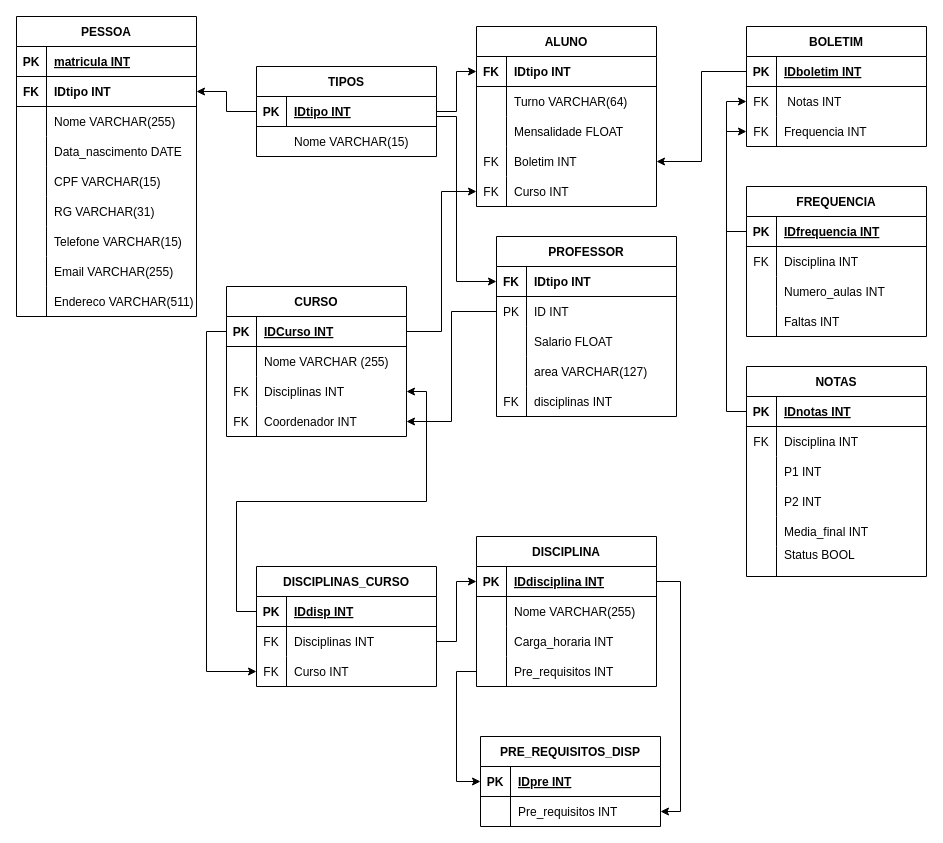
Earlier version of the draw.io diagram diagramas/modelofisico-atividadepresencial.drawio (ana-clara-candida/mdc053). Source tidied: cells renumbered, new cells numbered last; positions are measured from the earlier drawing's top-left corner, leaving out a move shared by most shapes. Both pictures are drawn from the tidied source at 100%, with x=0, y=0 at pixel (16, 16).
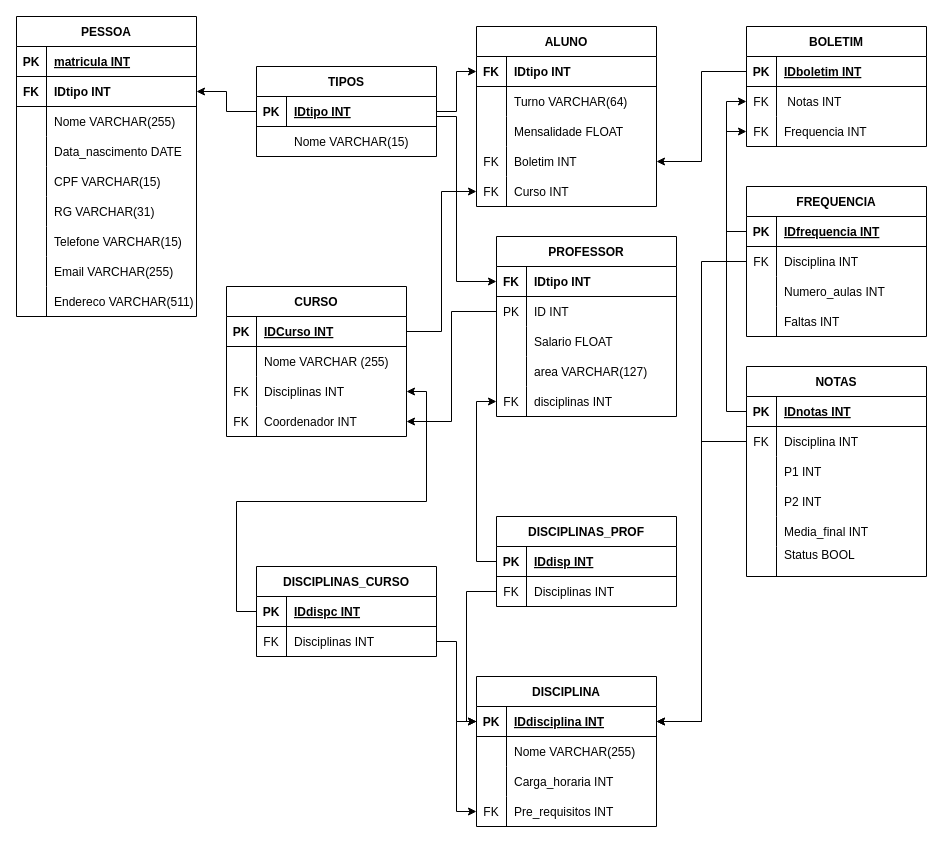
The same page after the edit.

Unchanged cells that the change refers to:
```xml
<mxCell id="59" style="shape=tableRow;horizontal=0;startSize=0;swimlaneHead=0;swimlaneBody=0;fillColor=none;points=[[0,0.5],[1,0.5]];portConstraint=eastwest;top=0;left=0;right=0;bottom=0;" parent="46" vertex="1">
  <mxGeometry y="150" width="180" height="30" as="geometry" />
</mxCell>
<mxCell id="77" style="shape=tableRow;horizontal=0;startSize=0;swimlaneHead=0;swimlaneBody=0;fillColor=none;points=[[0,0.5],[1,0.5]];portConstraint=eastwest;top=0;left=0;right=0;bottom=0;" parent="73" vertex="1">
  <mxGeometry y="60" width="180" height="30" as="geometry" />
</mxCell>
<mxCell id="91" style="shape=tableRow;horizontal=0;startSize=0;swimlaneHead=0;swimlaneBody=0;fillColor=none;points=[[0,0.5],[1,0.5]];portConstraint=eastwest;top=0;left=0;right=0;bottom=0;" parent="87" vertex="1">
  <mxGeometry y="60" width="180" height="30" as="geometry" />
</mxCell>
<mxCell id="108" style="shape=tableRow;horizontal=0;startSize=0;swimlaneHead=0;swimlaneBody=0;fillColor=none;points=[[0,0.5],[1,0.5]];portConstraint=eastwest;top=0;left=0;right=0;bottom=1;" parent="107" vertex="1">
  <mxGeometry y="30" width="180" height="30" as="geometry" />
</mxCell>
<mxCell id="122" style="shape=tableRow;horizontal=0;startSize=0;swimlaneHead=0;swimlaneBody=0;fillColor=none;points=[[0,0.5],[1,0.5]];portConstraint=eastwest;top=0;left=0;right=0;bottom=1;" parent="121" vertex="1">
  <mxGeometry y="30" width="180" height="30" as="geometry" />
</mxCell>
<mxCell id="134" style="shape=tableRow;horizontal=0;startSize=0;swimlaneHead=0;swimlaneBody=0;fillColor=none;points=[[0,0.5],[1,0.5]];portConstraint=eastwest;top=0;left=0;right=0;bottom=1;" parent="133" vertex="1">
  <mxGeometry y="30" width="180" height="30" as="geometry" />
</mxCell>
<mxCell id="143" style="shape=tableRow;horizontal=0;startSize=0;swimlaneHead=0;swimlaneBody=0;fillColor=none;points=[[0,0.5],[1,0.5]];portConstraint=eastwest;top=0;left=0;right=0;bottom=0;" parent="133" vertex="1">
  <mxGeometry y="120" width="180" height="30" as="geometry" />
</mxCell>
```

Change to the diagram source:
```diff
@@
     <mxCell id="121" value="DISCIPLINAS_CURSO" style="shape=table;startSize=30;childLayout=tableLayout;rowLines=0;fontStyle=1;align=center;" parent="1" vertex="1">
-      <mxGeometry x="240" y="550" width="180" height="120" as="geometry" />
+      <mxGeometry x="240" y="550" width="180" height="90" as="geometry" />
     </mxCell>
@@
-    <mxCell id="124" value="IDdisp INT" style="shape=partialRectangle;fillColor=none;top=0;left=0;bottom=0;right=0;align=left;spacingLeft=6;fontStyle=5;overflow=hidden;" parent="122" vertex="1">
+    <mxCell id="124" value="IDdispc INT" style="shape=partialRectangle;fillColor=none;top=0;left=0;bottom=0;right=0;align=left;spacingLeft=6;fontStyle=5;overflow=hidden;" parent="122" vertex="1">
       <mxGeometry x="30" width="150" height="30" as="geometry" />
     </mxCell>
@@
-    <mxCell id="128" style="shape=tableRow;horizontal=0;startSize=0;swimlaneHead=0;swimlaneBody=0;fillColor=none;points=[[0,0.5],[1,0.5]];portConstraint=eastwest;top=0;left=0;right=0;bottom=0;" parent="121" vertex="1">
-      <mxGeometry y="90" width="180" height="30" as="geometry" />
-    </mxCell>
-    <mxCell id="129" value="FK" style="shape=partialRectangle;fillColor=none;top=0;left=0;bottom=0;right=0;overflow=hidden;" parent="128" vertex="1">
-      <mxGeometry width="30" height="30" as="geometry" />
-    </mxCell>
-    <mxCell id="130" value="Curso INT" style="shape=partialRectangle;fillColor=none;top=0;left=0;bottom=0;right=0;align=left;spacingLeft=6;overflow=hidden;" parent="128" vertex="1">
-      <mxGeometry x="30" width="150" height="30" as="geometry" />
-    </mxCell>
-    <mxCell id="131" style="edgeStyle=orthogonalEdgeStyle;rounded=0;jettySize=auto;html=1;entryX=0;entryY=0.5;entryDx=0;entryDy=0;startArrow=classic;startFill=1;endArrow=none;endFill=0;exitX=0;exitY=0.5;exitDx=0;exitDy=0;" parent="1" edge="1" source="128" target="108">
-      <mxGeometry relative="1" as="geometry" />
-    </mxCell>
@@
     <mxCell id="133" value="DISCIPLINA" style="shape=table;startSize=30;childLayout=tableLayout;rowLines=0;fontStyle=1;align=center;" parent="1" vertex="1">
-      <mxGeometry x="460" y="520" width="180" height="150" as="geometry" />
+      <mxGeometry x="460" y="660" width="180" height="150" as="geometry" />
     </mxCell>
@@
+    <mxCell id="165" style="edgeStyle=orthogonalEdgeStyle;rounded=0;jettySize=auto;html=1;entryX=0;entryY=0.5;entryDx=0;entryDy=0;startArrow=classic;startFill=1;endArrow=none;endFill=0;" parent="133" edge="1" source="143" target="134">
+      <mxGeometry relative="1" as="geometry" />
+    </mxCell>
@@
-    <mxCell id="144" style="shape=partialRectangle;fillColor=none;top=0;left=0;bottom=0;right=0;overflow=hidden;" parent="143" vertex="1">
+    <mxCell id="144" value="FK" style="shape=partialRectangle;fillColor=none;top=0;left=0;bottom=0;right=0;overflow=hidden;" parent="143" vertex="1">
       <mxGeometry width="30" height="30" as="geometry" />
     </mxCell>
@@
-    <mxCell id="148" value="PRE_REQUISITOS_DISP" style="shape=table;startSize=30;childLayout=tableLayout;rowLines=0;fontStyle=1;align=center;" parent="1" vertex="1">
-      <mxGeometry x="464" y="720" width="180" height="90" as="geometry" />
-    </mxCell>
-    <mxCell id="149" style="shape=tableRow;horizontal=0;startSize=0;swimlaneHead=0;swimlaneBody=0;fillColor=none;points=[[0,0.5],[1,0.5]];portConstraint=eastwest;top=0;left=0;right=0;bottom=1;" parent="148" vertex="1">
-      <mxGeometry y="30" width="180" height="30" as="geometry" />
-    </mxCell>
-    <mxCell id="150" value="PK" style="shape=partialRectangle;fillColor=none;top=0;left=0;bottom=0;right=0;fontStyle=1;overflow=hidden;" parent="149" vertex="1">
-      <mxGeometry width="30" height="30" as="geometry" />
-    </mxCell>
-    <mxCell id="151" value="IDpre INT" style="shape=partialRectangle;fillColor=none;top=0;left=0;bottom=0;right=0;align=left;spacingLeft=6;fontStyle=5;overflow=hidden;" parent="149" vertex="1">
-      <mxGeometry x="30" width="150" height="30" as="geometry" />
-    </mxCell>
-    <mxCell id="152" style="shape=tableRow;horizontal=0;startSize=0;swimlaneHead=0;swimlaneBody=0;fillColor=none;points=[[0,0.5],[1,0.5]];portConstraint=eastwest;top=0;left=0;right=0;bottom=0;" parent="148" vertex="1">
-      <mxGeometry y="60" width="180" height="30" as="geometry" />
-    </mxCell>
-    <mxCell id="153" style="shape=partialRectangle;fillColor=none;top=0;left=0;bottom=0;right=0;overflow=hidden;" parent="152" vertex="1">
-      <mxGeometry width="30" height="30" as="geometry" />
-    </mxCell>
-    <mxCell id="154" value="Pre_requisitos INT" style="shape=partialRectangle;fillColor=none;top=0;left=0;bottom=0;right=0;align=left;spacingLeft=6;overflow=hidden;" parent="152" vertex="1">
-      <mxGeometry x="30" width="150" height="30" as="geometry" />
-    </mxCell>
-    <mxCell id="155" style="edgeStyle=orthogonalEdgeStyle;rounded=0;jettySize=auto;html=1;startArrow=classic;startFill=1;endArrow=none;endFill=0;entryX=1;entryY=0.5;entryDx=0;entryDy=0;exitX=1;exitY=0.5;exitDx=0;exitDy=0;" parent="1" edge="1" source="152" target="134">
-      <mxGeometry relative="1" as="geometry" />
-    </mxCell>
-    <mxCell id="156" style="edgeStyle=orthogonalEdgeStyle;rounded=0;jettySize=auto;html=1;startArrow=classic;startFill=1;endArrow=none;endFill=0;entryX=0;entryY=0.5;entryDx=0;entryDy=0;exitX=0;exitY=0.5;exitDx=0;exitDy=0;" parent="1" edge="1" source="149" target="143">
-      <mxGeometry relative="1" as="geometry" />
-    </mxCell>
@@
+    <mxCell id="166" value="DISCIPLINAS_PROF" style="shape=table;startSize=30;childLayout=tableLayout;rowLines=0;fontStyle=1;align=center;" parent="1" vertex="1">
+      <mxGeometry x="480" y="500" width="180" height="90" as="geometry" />
+    </mxCell>
+    <mxCell id="149" style="shape=tableRow;horizontal=0;startSize=0;swimlaneHead=0;swimlaneBody=0;fillColor=none;points=[[0,0.5],[1,0.5]];portConstraint=eastwest;top=0;left=0;right=0;bottom=1;" parent="166" vertex="1">
+      <mxGeometry y="30" width="180" height="30" as="geometry" />
+    </mxCell>
+    <mxCell id="150" value="PK" style="shape=partialRectangle;fillColor=none;top=0;left=0;bottom=0;right=0;fontStyle=1;overflow=hidden;" parent="149" vertex="1">
+      <mxGeometry width="30" height="30" as="geometry" />
+    </mxCell>
+    <mxCell id="167" value="IDdisp INT" style="shape=partialRectangle;fillColor=none;top=0;left=0;bottom=0;right=0;align=left;spacingLeft=6;fontStyle=5;overflow=hidden;" parent="149" vertex="1">
+      <mxGeometry x="30" width="150" height="30" as="geometry" />
+    </mxCell>
+    <mxCell id="152" style="shape=tableRow;horizontal=0;startSize=0;swimlaneHead=0;swimlaneBody=0;fillColor=none;points=[[0,0.5],[1,0.5]];portConstraint=eastwest;top=0;left=0;right=0;bottom=0;" parent="166" vertex="1">
+      <mxGeometry y="60" width="180" height="30" as="geometry" />
+    </mxCell>
+    <mxCell id="129" value="FK" style="shape=partialRectangle;fillColor=none;top=0;left=0;bottom=0;right=0;overflow=hidden;" parent="152" vertex="1">
+      <mxGeometry width="30" height="30" as="geometry" />
+    </mxCell>
+    <mxCell id="168" value="Disciplinas INT" style="shape=partialRectangle;fillColor=none;top=0;left=0;bottom=0;right=0;align=left;spacingLeft=6;overflow=hidden;" parent="152" vertex="1">
+      <mxGeometry x="30" width="150" height="30" as="geometry" />
+    </mxCell>
+    <mxCell id="169" style="edgeStyle=orthogonalEdgeStyle;rounded=0;jettySize=auto;html=1;entryX=0;entryY=0.5;entryDx=0;entryDy=0;startArrow=classic;startFill=1;endArrow=none;endFill=0;" parent="1" edge="1" source="59" target="149">
+      <mxGeometry relative="1" as="geometry" />
+    </mxCell>
+    <mxCell id="170" style="edgeStyle=orthogonalEdgeStyle;rounded=0;jettySize=auto;html=1;startArrow=classic;startFill=1;endArrow=none;endFill=0;entryX=0;entryY=0.5;entryDx=0;entryDy=0;exitX=0;exitY=0.5;exitDx=0;exitDy=0;" parent="1" edge="1" source="134" target="152">
+      <mxGeometry relative="1" as="geometry">
+        <Array as="points">
+          <mxPoint x="450" y="705" />
+          <mxPoint x="450" y="575" />
+        </Array>
+      </mxGeometry>
+    </mxCell>
+    <mxCell id="171" style="edgeStyle=orthogonalEdgeStyle;rounded=0;jettySize=auto;html=1;startArrow=classic;startFill=1;endArrow=none;endFill=0;" parent="1" edge="1" source="134" target="91">
+      <mxGeometry relative="1" as="geometry" />
+    </mxCell>
+    <mxCell id="172" style="edgeStyle=orthogonalEdgeStyle;rounded=0;jettySize=auto;html=1;entryX=0;entryY=0.5;entryDx=0;entryDy=0;startArrow=classic;startFill=1;endArrow=none;endFill=0;" parent="1" edge="1" source="134" target="77">
+      <mxGeometry relative="1" as="geometry" />
+    </mxCell>
```
